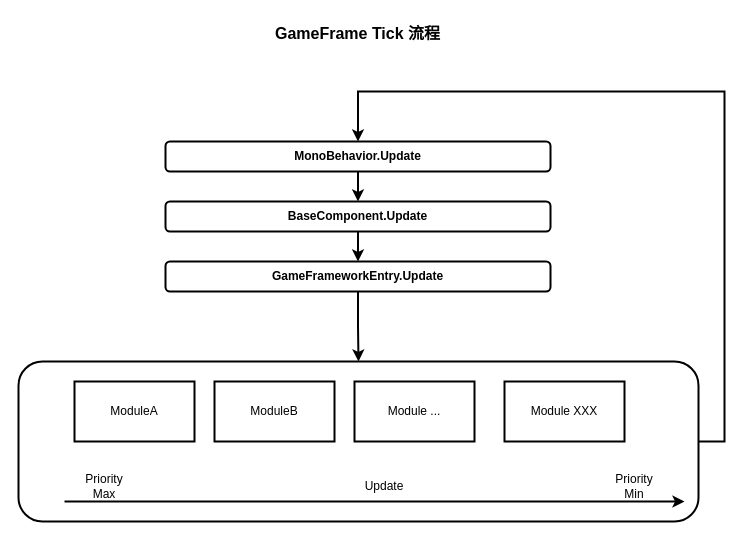
Above: 未命名绘图.drawio in alex520lq/LearnDoc (draw.io), before the change. Source tidied: cells renumbered, new cells numbered last; positions are measured from the earlier drawing's top-left corner, leaving out a move shared by most shapes. Both pictures are drawn from the tidied source at 100%, with x=0, y=0 at pixel (18, 18).
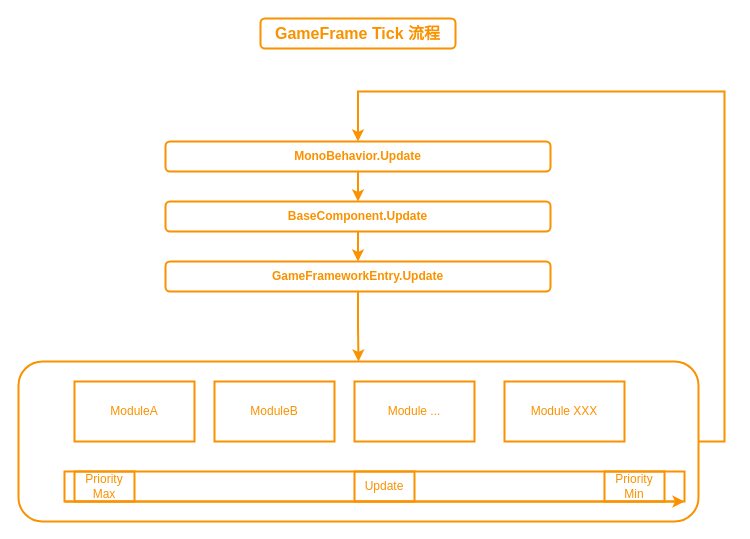
The same diagram, later.

Commit message:
更新样式颜色

What changed in the source:
```diff
@@
-    <mxCell id="2" value="GameFrame Tick 流程" style="text;html=1;align=center;verticalAlign=middle;whiteSpace=wrap;rounded=1;labelBackgroundColor=none;fontStyle=1;fontSize=16;strokeWidth=2;" parent="1" vertex="1">
+    <mxCell id="2" value="GameFrame Tick 流程" style="text;html=1;align=center;verticalAlign=middle;whiteSpace=wrap;rounded=1;labelBackgroundColor=none;fontStyle=1;fontSize=16;strokeWidth=2;fontColor=#FA9200;strokeColor=#FA9200;" parent="1" vertex="1">
       <mxGeometry x="242" width="195" height="30" as="geometry" />
     </mxCell>
-    <mxCell id="3" style="edgeStyle=orthogonalEdgeStyle;rounded=0;jettySize=auto;html=1;entryX=0.5;entryY=0;entryDx=0;entryDy=0;labelBackgroundColor=none;fontColor=default;strokeWidth=2;" parent="1" edge="1" source="4" target="6">
+    <mxCell id="3" style="edgeStyle=orthogonalEdgeStyle;rounded=0;jettySize=auto;html=1;entryX=0.5;entryY=0;entryDx=0;entryDy=0;labelBackgroundColor=none;fontColor=#FA9200;strokeWidth=2;strokeColor=#FA9200;" parent="1" edge="1" source="4" target="6">
       <mxGeometry relative="1" as="geometry" />
     </mxCell>
-    <mxCell id="4" value="MonoBehavior.Update" style="rounded=1;whiteSpace=wrap;html=1;labelBackgroundColor=none;fontStyle=1;strokeWidth=2;" parent="1" vertex="1">
+    <mxCell id="4" value="MonoBehavior.Update" style="rounded=1;whiteSpace=wrap;html=1;labelBackgroundColor=none;fontStyle=1;strokeWidth=2;fontColor=#FA9200;strokeColor=#FA9200;" parent="1" vertex="1">
       <mxGeometry x="147" y="123" width="385" height="30" as="geometry" />
     </mxCell>
-    <mxCell id="5" style="edgeStyle=orthogonalEdgeStyle;rounded=0;jettySize=auto;html=1;labelBackgroundColor=none;fontColor=default;strokeWidth=2;" parent="1" edge="1" source="6" target="8">
+    <mxCell id="5" style="edgeStyle=orthogonalEdgeStyle;rounded=0;jettySize=auto;html=1;labelBackgroundColor=none;fontColor=#FA9200;strokeWidth=2;strokeColor=#FA9200;" parent="1" edge="1" source="6" target="8">
       <mxGeometry relative="1" as="geometry" />
     </mxCell>
-    <mxCell id="6" value="BaseComponent.Update" style="rounded=1;whiteSpace=wrap;html=1;labelBackgroundColor=none;fontStyle=1;strokeWidth=2;" parent="1" vertex="1">
+    <mxCell id="6" value="BaseComponent.Update" style="rounded=1;whiteSpace=wrap;html=1;labelBackgroundColor=none;fontStyle=1;strokeWidth=2;fontColor=#FA9200;strokeColor=#FA9200;" parent="1" vertex="1">
       <mxGeometry x="147" y="183" width="385" height="30" as="geometry" />
     </mxCell>
-    <mxCell id="7" style="edgeStyle=orthogonalEdgeStyle;rounded=0;jettySize=auto;html=1;entryX=0.5;entryY=0;entryDx=0;entryDy=0;labelBackgroundColor=none;fontColor=default;strokeWidth=2;" parent="1" edge="1" source="8" target="9">
+    <mxCell id="7" style="edgeStyle=orthogonalEdgeStyle;rounded=0;jettySize=auto;html=1;entryX=0.5;entryY=0;entryDx=0;entryDy=0;labelBackgroundColor=none;fontColor=#FA9200;strokeWidth=2;strokeColor=#FA9200;" parent="1" edge="1" source="8" target="9">
       <mxGeometry relative="1" as="geometry" />
     </mxCell>
-    <mxCell id="8" value="GameFrameworkEntry.Update" style="rounded=1;whiteSpace=wrap;html=1;labelBackgroundColor=none;fontStyle=1;strokeWidth=2;" parent="1" vertex="1">
+    <mxCell id="8" value="GameFrameworkEntry.Update" style="rounded=1;whiteSpace=wrap;html=1;labelBackgroundColor=none;fontStyle=1;strokeWidth=2;fontColor=#FA9200;strokeColor=#FA9200;" parent="1" vertex="1">
       <mxGeometry x="147" y="243" width="385" height="30" as="geometry" />
     </mxCell>
-    <mxCell id="9" style="rounded=1;whiteSpace=wrap;html=1;labelBackgroundColor=none;fontStyle=1;strokeWidth=2;" parent="1" vertex="1">
+    <mxCell id="9" style="rounded=1;whiteSpace=wrap;html=1;labelBackgroundColor=none;fontStyle=1;strokeWidth=2;fontColor=#FA9200;strokeColor=#FA9200;" parent="1" vertex="1">
       <mxGeometry y="343" width="680" height="160" as="geometry" />
     </mxCell>
-    <mxCell id="10" value="ModuleA" style="rounded=0;whiteSpace=wrap;html=1;labelBackgroundColor=none;strokeWidth=2;" parent="1" vertex="1">
+    <mxCell id="10" value="ModuleA" style="rounded=0;whiteSpace=wrap;html=1;labelBackgroundColor=none;strokeWidth=2;fontColor=#FA9200;strokeColor=#FA9200;" parent="1" vertex="1">
       <mxGeometry x="56" y="363" width="120" height="60" as="geometry" />
     </mxCell>
-    <mxCell id="11" value="ModuleB" style="rounded=0;whiteSpace=wrap;html=1;labelBackgroundColor=none;strokeWidth=2;" parent="1" vertex="1">
+    <mxCell id="11" value="ModuleB" style="rounded=0;whiteSpace=wrap;html=1;labelBackgroundColor=none;strokeWidth=2;fontColor=#FA9200;strokeColor=#FA9200;" parent="1" vertex="1">
       <mxGeometry x="196" y="363" width="120" height="60" as="geometry" />
     </mxCell>
-    <mxCell id="12" value="Module ..." style="rounded=0;whiteSpace=wrap;html=1;labelBackgroundColor=none;strokeWidth=2;" parent="1" vertex="1">
+    <mxCell id="12" value="Module ..." style="rounded=0;whiteSpace=wrap;html=1;labelBackgroundColor=none;strokeWidth=2;fontColor=#FA9200;strokeColor=#FA9200;" parent="1" vertex="1">
       <mxGeometry x="336" y="363" width="120" height="60" as="geometry" />
     </mxCell>
-    <mxCell id="13" value="Module XXX" style="rounded=0;whiteSpace=wrap;html=1;labelBackgroundColor=none;strokeWidth=2;" parent="1" vertex="1">
+    <mxCell id="13" value="Module XXX" style="rounded=0;whiteSpace=wrap;html=1;labelBackgroundColor=none;strokeWidth=2;fontColor=#FA9200;strokeColor=#FA9200;" parent="1" vertex="1">
       <mxGeometry x="486" y="363" width="120" height="60" as="geometry" />
     </mxCell>
-    <mxCell id="14" style="group;labelBackgroundColor=none;strokeWidth=2;" parent="1" vertex="1">
+    <mxCell id="14" style="group;labelBackgroundColor=none;strokeWidth=2;fontColor=#FA9200;strokeColor=#FA9200;" parent="1" vertex="1">
       <mxGeometry x="46" y="453" width="620" height="30" as="geometry" />
     </mxCell>
-    <mxCell id="15" style="endArrow=classic;html=1;rounded=0;labelBackgroundColor=none;fontColor=default;strokeWidth=2;" parent="14" edge="1">
+    <mxCell id="15" style="endArrow=classic;html=1;rounded=0;labelBackgroundColor=none;fontColor=#FA9200;strokeWidth=2;strokeColor=#FA9200;" parent="14" edge="1">
       <mxGeometry relative="1" as="geometry">
         <mxPoint y="30" as="sourcePoint" />
         <mxPoint x="620" y="30" as="targetPoint" />
       </mxGeometry>
     </mxCell>
-    <mxCell id="16" value="Update" style="text;html=1;align=center;verticalAlign=middle;whiteSpace=wrap;rounded=0;labelBackgroundColor=none;strokeWidth=2;" parent="14" vertex="1">
+    <mxCell id="16" value="Update" style="text;html=1;align=center;verticalAlign=middle;whiteSpace=wrap;rounded=0;labelBackgroundColor=none;strokeWidth=2;fontColor=#FA9200;strokeColor=#FA9200;" parent="14" vertex="1">
       <mxGeometry x="290" width="60" height="30" as="geometry" />
     </mxCell>
-    <mxCell id="17" value="Priority Max" style="text;html=1;align=center;verticalAlign=middle;whiteSpace=wrap;rounded=0;labelBackgroundColor=none;strokeWidth=2;" parent="14" vertex="1">
+    <mxCell id="17" value="Priority Max" style="text;html=1;align=center;verticalAlign=middle;whiteSpace=wrap;rounded=0;labelBackgroundColor=none;strokeWidth=2;fontColor=#FA9200;strokeColor=#FA9200;" parent="14" vertex="1">
       <mxGeometry x="10" width="60" height="30" as="geometry" />
     </mxCell>
-    <mxCell id="18" value="Priority Min" style="text;html=1;align=center;verticalAlign=middle;whiteSpace=wrap;rounded=0;labelBackgroundColor=none;strokeWidth=2;" parent="14" vertex="1">
+    <mxCell id="18" value="Priority Min" style="text;html=1;align=center;verticalAlign=middle;whiteSpace=wrap;rounded=0;labelBackgroundColor=none;strokeWidth=2;fontColor=#FA9200;strokeColor=#FA9200;" parent="14" vertex="1">
       <mxGeometry x="540" width="60" height="30" as="geometry" />
     </mxCell>
-    <mxCell id="19" style="edgeStyle=orthogonalEdgeStyle;rounded=0;jettySize=auto;html=1;exitX=1;exitY=0.5;exitDx=0;exitDy=0;entryX=0.5;entryY=0;entryDx=0;entryDy=0;labelBackgroundColor=none;fontColor=default;strokeWidth=2;" parent="1" edge="1" source="9" target="4">
+    <mxCell id="19" style="edgeStyle=orthogonalEdgeStyle;rounded=0;jettySize=auto;html=1;exitX=1;exitY=0.5;exitDx=0;exitDy=0;entryX=0.5;entryY=0;entryDx=0;entryDy=0;labelBackgroundColor=none;fontColor=#FA9200;strokeWidth=2;strokeColor=#FA9200;" parent="1" edge="1" source="9" target="4">
       <mxGeometry relative="1" as="geometry">
         <Array as="points">
           <mxPoint x="706" y="73" />
           <mxPoint x="340" y="73" />
         </Array>
       </mxGeometry>
     </mxCell>
```
